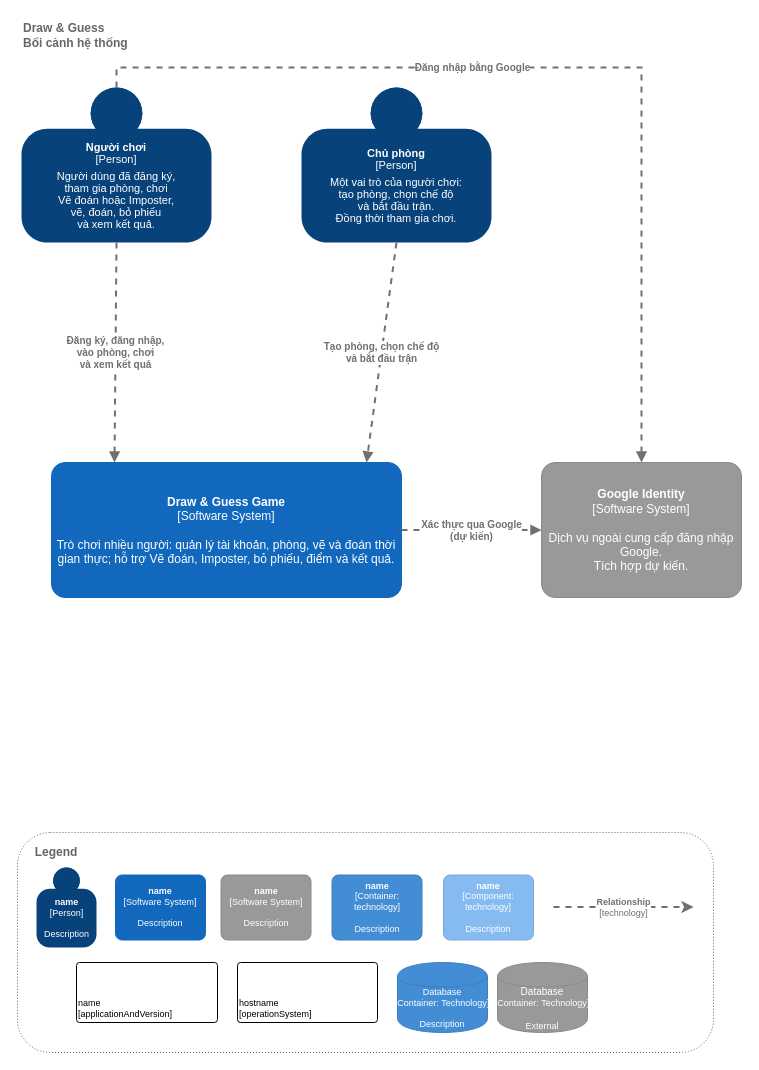
Before: page "C4 Context" (1 of 7) of docs/diagram/c4-model.drawio.xml in hyugai/nt106.r12-draw_and_guess, a draw.io diagram. Source tidied: cells renumbered, new cells numbered last; positions are measured from the earlier drawing's top-left corner, leaving out a move shared by most shapes. Both pictures are drawn from the tidied source at 100%, with x=0, y=0 at pixel (17, 17).
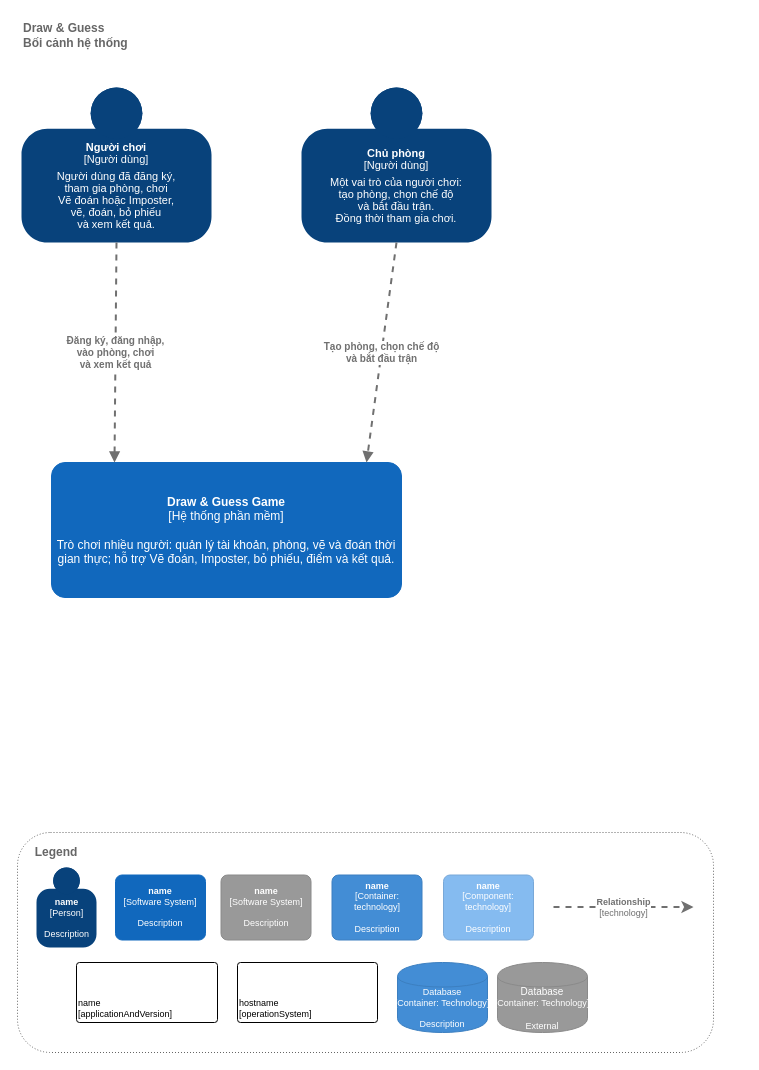
The same page after the edit.

Diff of the diagram source:
```diff
@@
-    <object id="3" label="&lt;div style=&quot;font-size:11px;line-height:12px;text-align:center&quot;&gt;&lt;b&gt;%c4Name%&lt;/b&gt;&lt;br&gt;[%c4Type%]&lt;div style=&quot;margin-top:5px&quot;&gt;%c4Description%&lt;/div&gt;&lt;/div&gt;" c4Description="Người dùng đã đăng ký,&lt;br&gt;tham gia phòng, chơi&lt;br&gt;Vẽ đoán hoặc Imposter,&lt;br&gt;vẽ, đoán, bỏ phiếu&lt;br&gt;và xem kết quả." c4Name="Người chơi" c4Type="Person" placeholders="1">
+    <object id="3" label="&lt;div style=&quot;font-size:11px;line-height:12px;text-align:center&quot;&gt;&lt;b&gt;%c4Name%&lt;/b&gt;&lt;br&gt;[Người dùng]&lt;div style=&quot;margin-top:5px&quot;&gt;%c4Description%&lt;/div&gt;&lt;/div&gt;" c4Description="Người dùng đã đăng ký,&lt;br&gt;tham gia phòng, chơi&lt;br&gt;Vẽ đoán hoặc Imposter,&lt;br&gt;vẽ, đoán, bỏ phiếu&lt;br&gt;và xem kết quả." c4Name="Người chơi" placeholders="1">
       <mxCell style="html=1;dashed=0;whiteSpace=wrap;fillColor=#08427b;strokeColor=none;fontColor=#ffffff;shape=mxgraph.c4.person;align=center;points=[[0.5,0,0],[1,0.5,0],[1,0.75,0],[0.75,1,0],[0.5,1,0],[0.25,1,0],[0,0.75,0],[0,0.5,0]];metaData={&quot;c4Type&quot;:{&quot;editable&quot;:false}};fontSize=11;overflow=hidden;spacingLeft=6;spacingRight=6;" parent="1" vertex="1">
         <mxGeometry x="4" y="70" width="190" height="155" as="geometry" />
       </mxCell>
     </object>
-    <object id="4" label="&lt;b&gt;%c4Name%&lt;/b&gt;&lt;div&gt;[%c4Type%]&lt;/div&gt;&lt;br&gt;&lt;div&gt;%c4Description%&lt;/div&gt;" c4Description="Trò chơi nhiều người: quản lý tài khoản, phòng, vẽ và đoán thời gian thực; hỗ trợ Vẽ đoán, Imposter, bỏ phiếu, điểm và kết quả." c4Name="Draw &amp; Guess Game" c4Type="Software System" placeholders="1">
+    <object id="4" label="&lt;b&gt;%c4Name%&lt;/b&gt;&lt;div&gt;[Hệ thống phần mềm]&lt;/div&gt;&lt;br&gt;&lt;div&gt;%c4Description%&lt;/div&gt;" c4Description="Trò chơi nhiều người: quản lý tài khoản, phòng, vẽ và đoán thời gian thực; hỗ trợ Vẽ đoán, Imposter, bỏ phiếu, điểm và kết quả." c4Name="Draw &amp; Guess Game" placeholders="1">
       <mxCell style="rounded=1;whiteSpace=wrap;html=1;labelBackgroundColor=none;fillColor=#1168BD;fontColor=#ffffff;align=center;arcSize=10;strokeColor=#1168BD;metaData={&quot;c4Type&quot;:{&quot;editable&quot;:false}};points=[[0.25,0,0],[0.5,0,0],[0.75,0,0],[1,0.25,0],[1,0.5,0],[1,0.75,0],[0.75,1,0],[0.5,1,0],[0.25,1,0],[0,0.75,0],[0,0.5,0],[0,0.25,0]];" parent="1" vertex="1">
         <mxGeometry x="34" y="445" width="350" height="135" as="geometry" />
       </mxCell>
     </object>
@@
-    <object id="19" label="&lt;div style=&quot;font-size:11px;line-height:12px;text-align:center&quot;&gt;&lt;b&gt;%c4Name%&lt;/b&gt;&lt;br&gt;[%c4Type%]&lt;div style=&quot;margin-top:5px&quot;&gt;%c4Description%&lt;/div&gt;&lt;/div&gt;" c4Description="Một vai trò của người chơi:&lt;br&gt;tạo phòng, chọn chế độ&lt;br&gt;và bắt đầu trận.&lt;br&gt;Đồng thời tham gia chơi." c4Name="Chủ phòng" c4Type="Person" placeholders="1">
+    <object id="19" label="&lt;div style=&quot;font-size:11px;line-height:12px;text-align:center&quot;&gt;&lt;b&gt;%c4Name%&lt;/b&gt;&lt;br&gt;[Người dùng]&lt;div style=&quot;margin-top:5px&quot;&gt;%c4Description%&lt;/div&gt;&lt;/div&gt;" c4Description="Một vai trò của người chơi:&lt;br&gt;tạo phòng, chọn chế độ&lt;br&gt;và bắt đầu trận.&lt;br&gt;Đồng thời tham gia chơi." c4Name="Chủ phòng" placeholders="1">
       <mxCell style="html=1;dashed=0;whiteSpace=wrap;fillColor=#08427b;strokeColor=none;fontColor=#ffffff;shape=mxgraph.c4.person;align=center;points=[[0.5,0,0],[1,0.5,0],[1,0.75,0],[0.75,1,0],[0.5,1,0],[0.25,1,0],[0,0.75,0],[0,0.5,0]];metaData={&quot;c4Type&quot;:{&quot;editable&quot;:false}};fontSize=11;overflow=hidden;spacingLeft=6;spacingRight=6;" parent="1" vertex="1">
         <mxGeometry x="284" y="70" width="190" height="155" as="geometry" />
       </mxCell>
     </object>
@@
-    <object id="21" label="&lt;b&gt;%c4Name%&lt;/b&gt;&lt;div&gt;[%c4Type%]&lt;/div&gt;&lt;br&gt;&lt;div&gt;%c4Description%&lt;/div&gt;" c4Description="Dịch vụ ngoài cung cấp đăng nhập Google.&lt;br&gt;Tích hợp dự kiến." c4Name="Google Identity" c4Type="Software System" placeholders="1">
-      <mxCell style="rounded=1;whiteSpace=wrap;html=1;labelBackgroundColor=none;fillColor=#999999;fontColor=#ffffff;align=center;arcSize=10;strokeColor=#8A8A8A;metaData={&quot;c4Type&quot;:{&quot;editable&quot;:false}};points=[[0.25,0,0],[0.5,0,0],[0.75,0,0],[1,0.25,0],[1,0.5,0],[1,0.75,0],[0.75,1,0],[0.5,1,0],[0.25,1,0],[0,0.75,0],[0,0.5,0],[0,0.25,0]];" parent="1" vertex="1">
-        <mxGeometry x="524" y="445" width="200" height="135" as="geometry" />
-      </mxCell>
-    </object>
-    <object id="22" label="&lt;div style=&quot;text-align:center&quot;&gt;&lt;b&gt;%c4Description%&lt;/b&gt;&lt;/div&gt;" c4Description="Đăng nhập bằng Google" placeholders="1">
-      <mxCell style="edgeStyle=none;rounded=0;html=1;strokeColor=#707070;strokeWidth=2;fontColor=#707070;dashed=1;endArrow=block;endFill=1;fontSize=10;labelBackgroundColor=#ffffff;exitX=0.5;exitY=0;entryX=0.5;entryY=0;" parent="1" edge="1" source="3" target="21">
-        <mxGeometry x="-0.2" relative="1" as="geometry">
-          <Array as="points">
-            <mxPoint x="99" y="50" />
-            <mxPoint x="624" y="50" />
-          </Array>
-        </mxGeometry>
-      </mxCell>
-    </object>
-    <object id="23" label="&lt;div style=&quot;text-align:center&quot;&gt;&lt;b&gt;%c4Description%&lt;/b&gt;&lt;/div&gt;" c4Description="Xác thực qua Google&lt;br&gt;(dự kiến)" placeholders="1">
-      <mxCell style="edgeStyle=none;rounded=0;html=1;strokeColor=#707070;strokeWidth=2;fontColor=#707070;dashed=1;endArrow=block;endFill=1;fontSize=10;labelBackgroundColor=#ffffff;exitX=1;exitY=0.5;entryX=0;entryY=0.5;" parent="1" edge="1" source="4" target="21">
-        <mxGeometry relative="1" as="geometry" />
-      </mxCell>
-    </object>
```
